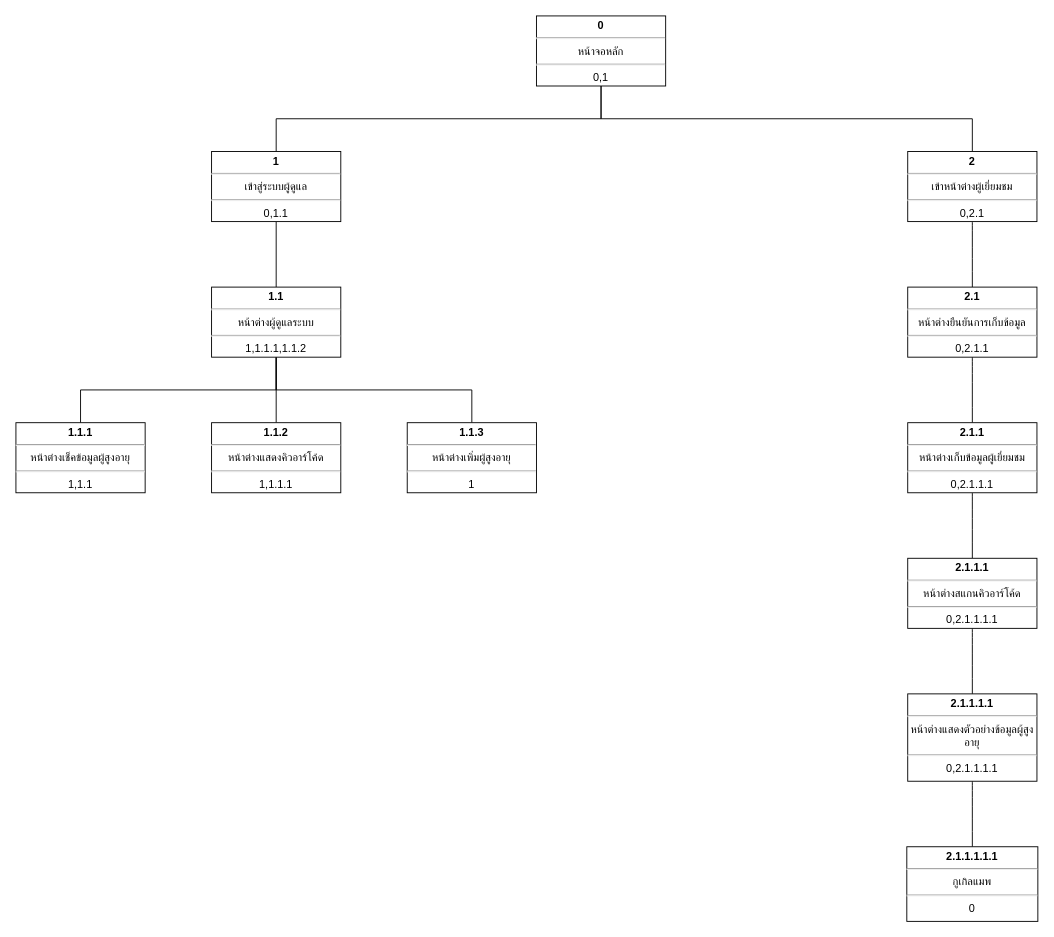
CChayut/Di-grm keeps this draw.io diagram as Userinterface.drawio. Above is the earlier version. Source tidied: cells renumbered, new cells numbered last; positions are measured from the earlier drawing's top-left corner, leaving out a move shared by most shapes. Both pictures are drawn from the tidied source at 91%, with x=0, y=0 at pixel (15, 15).
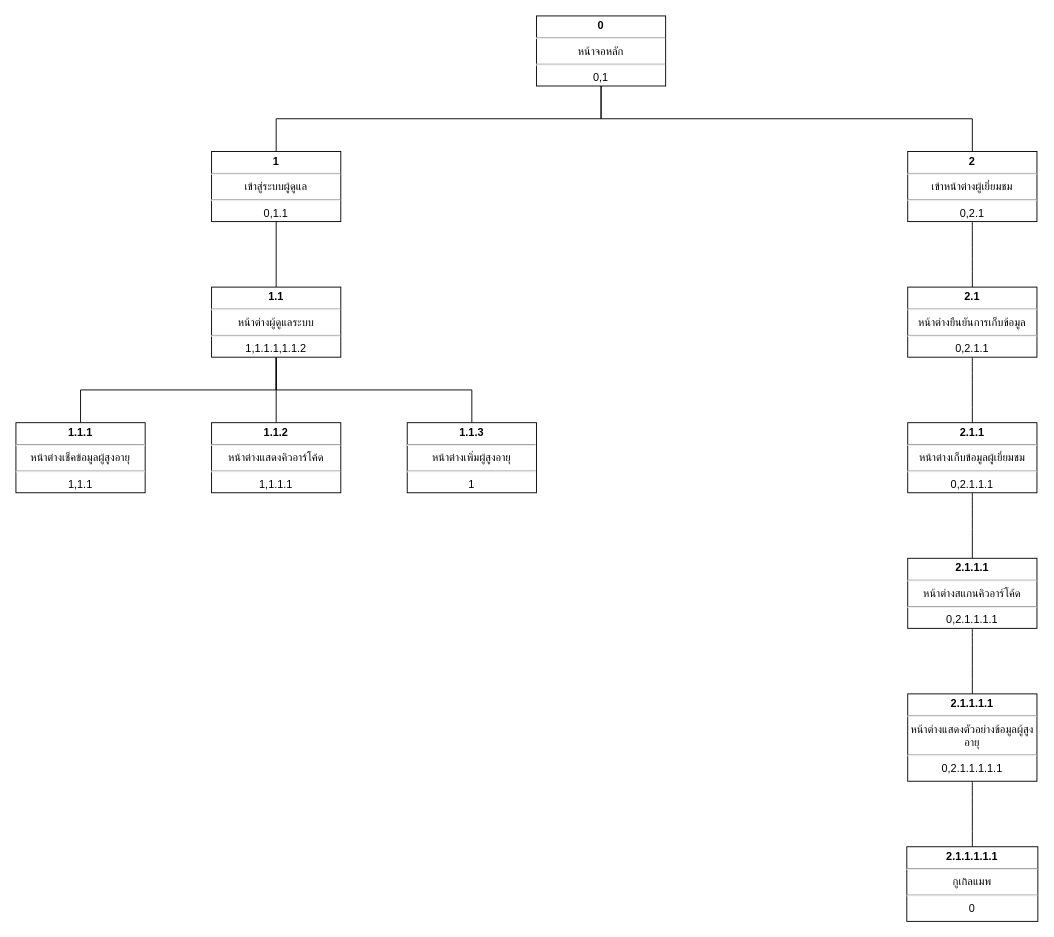
The same page after the edit.

The edit, as a diff of the source:
```diff
@@
-    <mxCell id="23" value="&lt;p style=&quot;margin:0px;margin-top:4px;text-align:center;&quot;&gt;&lt;/p&gt;&lt;div style=&quot;text-align: center;&quot;&gt;&lt;b&gt;2.1.1.1.1&lt;/b&gt;&lt;/div&gt;&lt;div style=&quot;text-align: center;&quot;&gt;&lt;hr&gt;&lt;/div&gt;&lt;div style=&quot;text-align: center;&quot;&gt;&lt;/div&gt;&lt;div style=&quot;text-align: center;&quot;&gt;หน้าต่างแสดงตัวอย่างข้อมูลผู้สูงอายุ&lt;/div&gt;&lt;hr&gt;&lt;div style=&quot;text-align: center;&quot;&gt;0,2.1.1.1.1&lt;/div&gt;" style="verticalAlign=top;align=left;overflow=fill;html=1;whiteSpace=wrap;" parent="1" vertex="1">
+    <mxCell id="23" value="&lt;p style=&quot;margin:0px;margin-top:4px;text-align:center;&quot;&gt;&lt;/p&gt;&lt;div style=&quot;text-align: center;&quot;&gt;&lt;b&gt;2.1.1.1.1&lt;/b&gt;&lt;/div&gt;&lt;div style=&quot;text-align: center;&quot;&gt;&lt;hr&gt;&lt;/div&gt;&lt;div style=&quot;text-align: center;&quot;&gt;&lt;/div&gt;&lt;div style=&quot;text-align: center;&quot;&gt;หน้าต่างแสดงตัวอย่างข้อมูลผู้สูงอายุ&lt;/div&gt;&lt;hr&gt;&lt;div style=&quot;text-align: center;&quot;&gt;0,2.1.1.1.1.1&lt;/div&gt;" style="verticalAlign=top;align=left;overflow=fill;html=1;whiteSpace=wrap;" parent="1" vertex="1">
       <mxGeometry x="980" y="745" width="142" height="96" as="geometry" />
     </mxCell>
```
